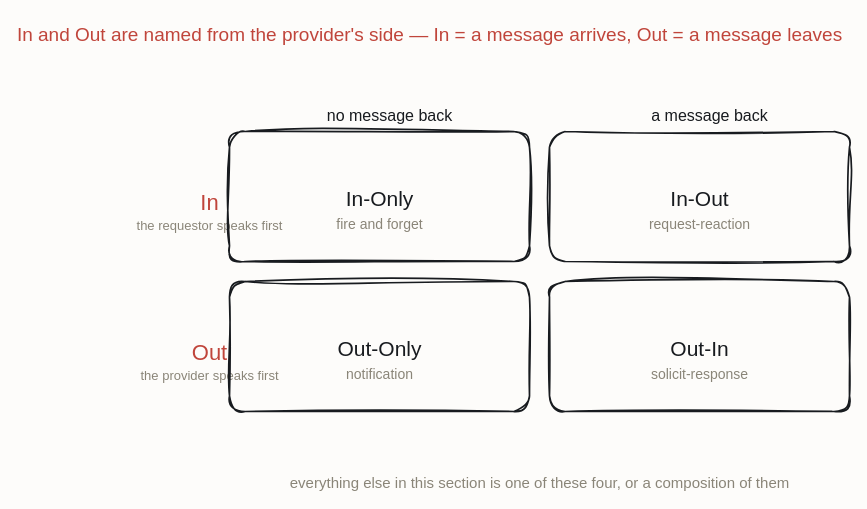
The draw.io diagram resources/grid-exchange-2x2.drawio in iancooper/practical-messaging, before the edit. Source tidied: cells renumbered, new cells numbered last; positions are measured from the earlier drawing's top-left corner, leaving out a move shared by most shapes. Both pictures are drawn from the tidied source at 100%, with x=0, y=0 at pixel (149, 17).
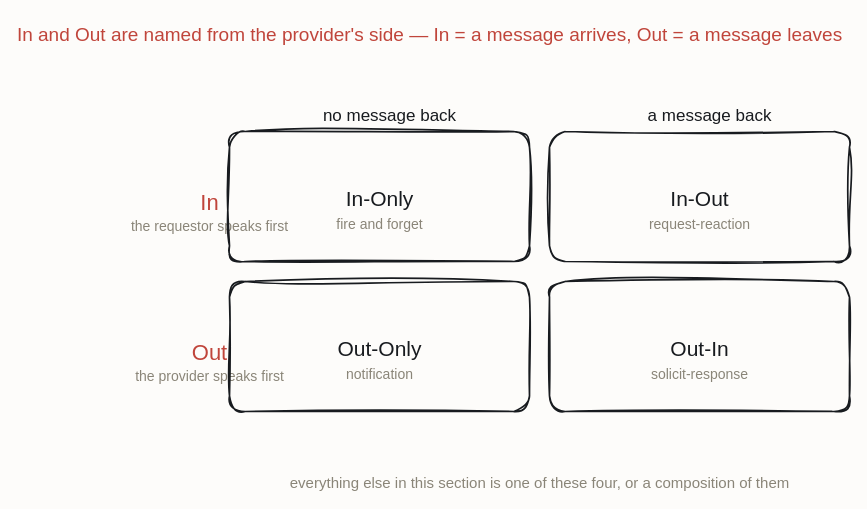
The same diagram, later.

Change to the diagram source:
```diff
@@
-    <mxCell id="4" value="the requestor speaks first" style="text;html=1;align=center;fontFamily=Caveat;fontSize=13;fontColor=#8A8578;" parent="1" vertex="1">
+    <mxCell id="4" value="the requestor speaks first" style="text;html=1;align=center;fontFamily=Caveat;fontSize=14;fontColor=#8A8578;" parent="1" vertex="1">
       <mxGeometry y="194" width="120" height="20" as="geometry" />
     </mxCell>
@@
-    <mxCell id="6" value="the provider speaks first" style="text;html=1;align=center;fontFamily=Caveat;fontSize=13;fontColor=#8A8578;" parent="1" vertex="1">
+    <mxCell id="6" value="the provider speaks first" style="text;html=1;align=center;fontFamily=Caveat;fontSize=14;fontColor=#8A8578;" parent="1" vertex="1">
       <mxGeometry y="344" width="120" height="20" as="geometry" />
     </mxCell>
-    <mxCell id="7" value="no message back" style="text;html=1;align=center;fontFamily=Caveat;fontSize=16;fontColor=#181B1F;" parent="1" vertex="1">
+    <mxCell id="7" value="no message back" style="text;html=1;align=center;fontFamily=Caveat;fontSize=17;fontColor=#181B1F;" parent="1" vertex="1">
       <mxGeometry x="180" y="82" width="120" height="20" as="geometry" />
     </mxCell>
-    <mxCell id="8" value="a message back" style="text;html=1;align=center;fontFamily=Caveat;fontSize=16;fontColor=#181B1F;" parent="1" vertex="1">
+    <mxCell id="8" value="a message back" style="text;html=1;align=center;fontFamily=Caveat;fontSize=17;fontColor=#181B1F;" parent="1" vertex="1">
       <mxGeometry x="500" y="82" width="120" height="20" as="geometry" />
     </mxCell>
```
